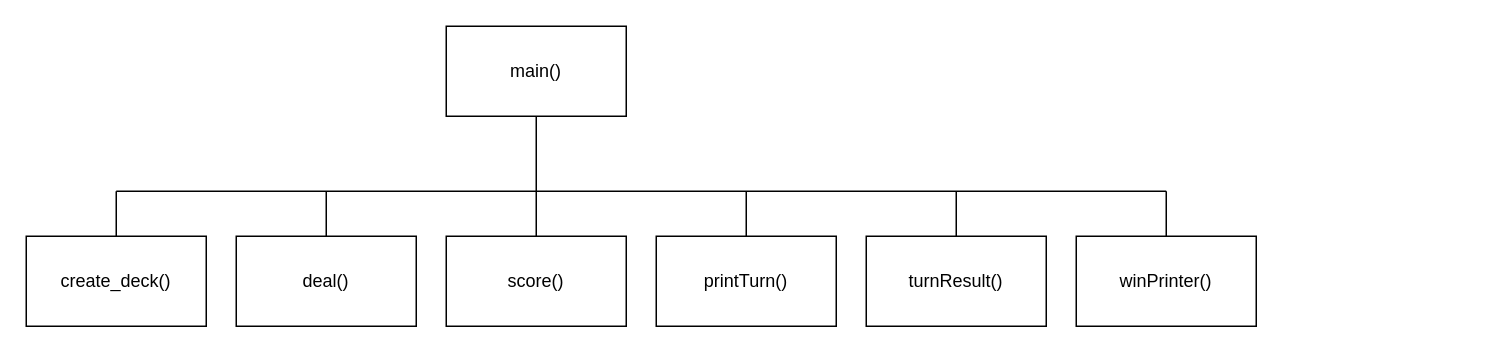
quinn-endicott/pythonPractice keeps this draw.io diagram as charts/flow1.drawio. Above is the earlier version. Source tidied: cells renumbered, new cells numbered last; positions are measured from the earlier drawing's top-left corner, leaving out a move shared by most shapes. Both pictures are drawn from the tidied source at 150%, with x=0, y=0 at pixel (26, 26).
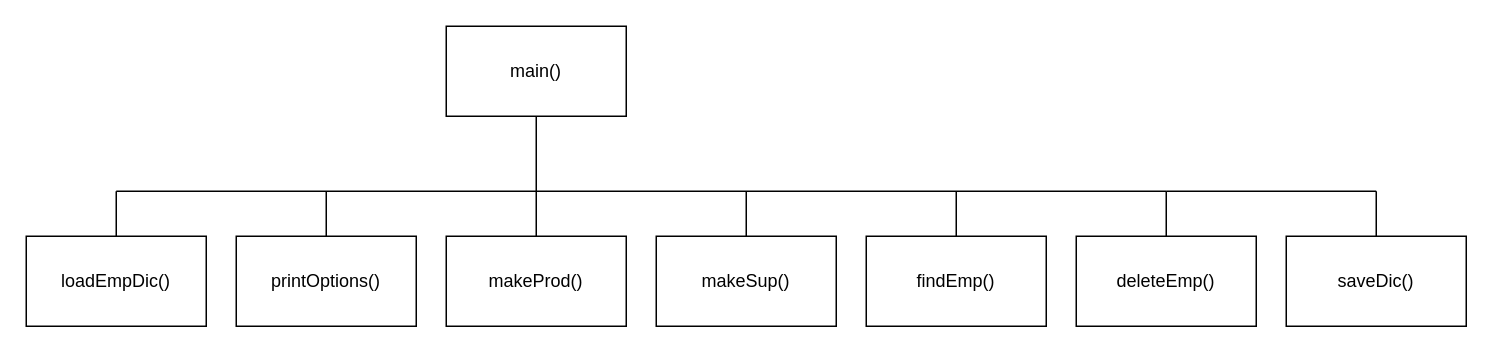
The same page after the edit.

Commit message (it also covers changes not shown here):
made some charts, cleaned some stuff up

Diff of the diagram source:
```diff
@@
-    <mxCell id="3" value="create_deck()" style="rounded=0;whiteSpace=wrap;html=1;" parent="1" vertex="1">
+    <mxCell id="3" value="loadEmpDic()" style="rounded=0;whiteSpace=wrap;html=1;" parent="1" vertex="1">
       <mxGeometry y="140" width="120" height="60" as="geometry" />
     </mxCell>
-    <mxCell id="4" value="deal()" style="rounded=0;whiteSpace=wrap;html=1;" parent="1" vertex="1">
+    <mxCell id="4" value="printOptions()" style="rounded=0;whiteSpace=wrap;html=1;" parent="1" vertex="1">
       <mxGeometry x="140" y="140" width="120" height="60" as="geometry" />
     </mxCell>
-    <mxCell id="5" value="turnResult()" style="rounded=0;whiteSpace=wrap;html=1;" parent="1" vertex="1">
+    <mxCell id="5" value="findEmp()" style="rounded=0;whiteSpace=wrap;html=1;" parent="1" vertex="1">
       <mxGeometry x="560" y="140" width="120" height="60" as="geometry" />
     </mxCell>
-    <mxCell id="6" value="score()" style="rounded=0;whiteSpace=wrap;html=1;" parent="1" vertex="1">
+    <mxCell id="6" value="makeProd()" style="rounded=0;whiteSpace=wrap;html=1;" parent="1" vertex="1">
       <mxGeometry x="280" y="140" width="120" height="60" as="geometry" />
     </mxCell>
-    <mxCell id="7" value="winPrinter()" style="rounded=0;whiteSpace=wrap;html=1;" parent="1" vertex="1">
+    <mxCell id="7" value="deleteEmp()" style="rounded=0;whiteSpace=wrap;html=1;" parent="1" vertex="1">
       <mxGeometry x="700" y="140" width="120" height="60" as="geometry" />
     </mxCell>
@@
-    <mxCell id="14" value="printTurn()" style="rounded=0;whiteSpace=wrap;html=1;" parent="1" vertex="1">
+    <mxCell id="14" value="makeSup()" style="rounded=0;whiteSpace=wrap;html=1;" parent="1" vertex="1">
       <mxGeometry x="420" y="140" width="120" height="60" as="geometry" />
     </mxCell>
@@
+    <mxCell id="16" value="saveDic()" style="rounded=0;whiteSpace=wrap;html=1;" parent="1" vertex="1">
+      <mxGeometry x="840" y="140" width="120" height="60" as="geometry" />
+    </mxCell>
+    <mxCell id="17" style="endArrow=none;html=1;rounded=0;exitX=0.5;exitY=0;exitDx=0;exitDy=0;" parent="1" edge="1" source="16">
+      <mxGeometry relative="1" as="geometry">
+        <mxPoint x="900" y="110" as="targetPoint" />
+      </mxGeometry>
+    </mxCell>
+    <mxCell id="18" style="endArrow=none;html=1;rounded=0;" parent="1" edge="1">
+      <mxGeometry relative="1" as="geometry">
+        <mxPoint x="760" y="110" as="sourcePoint" />
+        <mxPoint x="900" y="110" as="targetPoint" />
+      </mxGeometry>
+    </mxCell>
```
